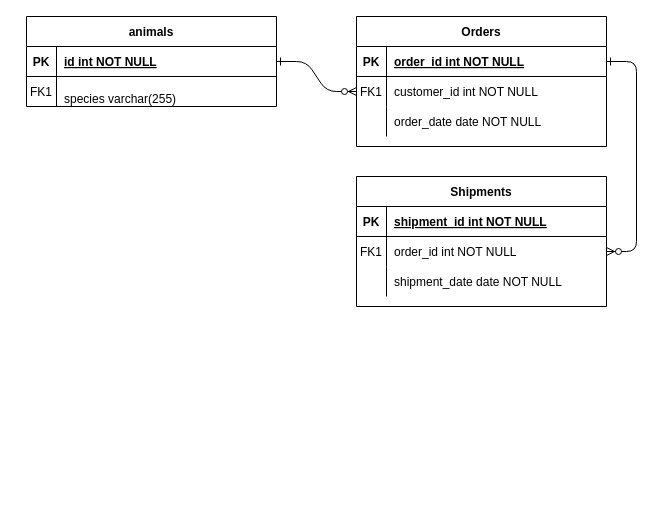
The draw.io diagram Untitled Diagram.drawio in mpa-mxiang/vet-clinic, before the edit. Source tidied: cells renumbered, new cells numbered last; positions are measured from the earlier drawing's top-left corner, leaving out a move shared by most shapes. Both pictures are drawn from the tidied source at 100%, with x=0, y=0 at pixel (26, 16).
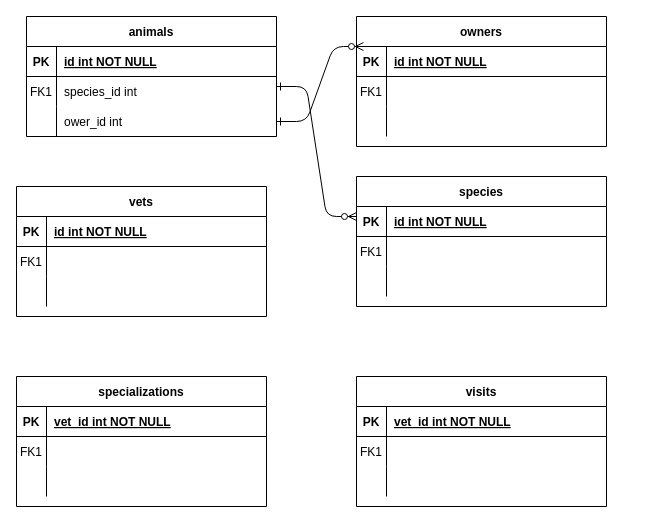
Above is the later version.

Commit message:
add species, vets, specializations, and visits tables

Unchanged cells that the change refers to:
```xml
<mxCell id="5" style="shape=partialRectangle;fillColor=none;points=[[0,0.5],[1,0.5]];portConstraint=eastwest;top=0;left=0;right=0;bottom=1;" parent="4" vertex="1">
  <mxGeometry y="30" width="250" height="30" as="geometry" />
</mxCell>
<mxCell id="8" style="shape=partialRectangle;fillColor=none;points=[[0,0.5],[1,0.5]];portConstraint=eastwest;top=0;left=0;right=0;bottom=0;" parent="4" vertex="1">
  <mxGeometry y="60" width="250" height="30" as="geometry" />
</mxCell>
<mxCell id="11" style="shape=partialRectangle;fillColor=none;top=0;left=0;right=0;bottom=0;" parent="4" vertex="1">
  <mxGeometry y="90" width="250" height="30" as="geometry" />
</mxCell>
<mxCell id="15" style="shape=partialRectangle;fillColor=none;top=0;left=0;right=0;bottom=1;" parent="14" vertex="1">
  <mxGeometry y="30" width="250" height="30" as="geometry" />
</mxCell>
<mxCell id="18" style="shape=partialRectangle;fillColor=none;points=[[0,0.5],[1,0.5]];portConstraint=eastwest;top=0;left=0;right=0;bottom=0;" parent="14" vertex="1">
  <mxGeometry y="60" width="250" height="30" as="geometry" />
</mxCell>
<mxCell id="21" style="shape=partialRectangle;fillColor=none;top=0;left=0;right=0;bottom=0;" parent="14" vertex="1">
  <mxGeometry y="90" width="250" height="30" as="geometry" />
</mxCell>
<mxCell id="25" style="shape=partialRectangle;fillColor=none;points=[[0,0.5],[1,0.5]];portConstraint=eastwest;top=0;left=0;right=0;bottom=1;" parent="24" vertex="1">
  <mxGeometry y="30" width="250" height="30" as="geometry" />
</mxCell>
<mxCell id="28" style="shape=partialRectangle;fillColor=none;top=0;left=0;right=0;bottom=0;" parent="24" vertex="1">
  <mxGeometry y="60" width="250" height="30" as="geometry" />
</mxCell>
```

Diff of the diagram source:
```diff
@@
-    <mxCell id="2" style="edgeStyle=entityRelationEdgeStyle;endArrow=ERzeroToMany;startArrow=ERone;endFill=1;startFill=0;" parent="1" edge="1" source="25" target="8">
-      <mxGeometry relative="1" as="geometry" />
-    </mxCell>
-    <mxCell id="3" style="edgeStyle=entityRelationEdgeStyle;endArrow=ERzeroToMany;startArrow=ERone;endFill=1;startFill=0;" parent="1" edge="1" source="5" target="18">
-      <mxGeometry relative="1" as="geometry" />
+    <mxCell id="3" style="edgeStyle=entityRelationEdgeStyle;endArrow=ERzeroToMany;startArrow=ERone;endFill=1;startFill=0;entryX=0;entryY=0.5;entryDx=0;entryDy=0;" parent="1" edge="1">
+      <mxGeometry relative="1" as="geometry">
+        <mxPoint x="250" y="70" as="sourcePoint" />
+        <mxPoint x="330" y="200" as="targetPoint" />
+        <Array as="points">
+          <mxPoint x="320" y="195" />
+          <mxPoint x="320" y="205" />
+          <mxPoint x="340" y="215" />
+        </Array>
+      </mxGeometry>
     </mxCell>
-    <mxCell id="4" value="Orders" style="shape=table;startSize=30;childLayout=tableLayout;rowLines=0;fontStyle=1;align=center;" parent="1" vertex="1">
+    <mxCell id="4" value="owners" style="shape=table;startSize=30;childLayout=tableLayout;rowLines=0;fontStyle=1;align=center;" parent="1" vertex="1">
       <mxGeometry x="330" width="250" height="130" as="geometry" />
     </mxCell>
@@
-    <mxCell id="7" value="order_id int NOT NULL " style="shape=partialRectangle;overflow=hidden;fillColor=none;top=0;left=0;bottom=0;right=0;align=left;spacingLeft=6;fontStyle=5;" parent="5" vertex="1">
+    <mxCell id="7" value="id int NOT NULL " style="shape=partialRectangle;overflow=hidden;fillColor=none;top=0;left=0;bottom=0;right=0;align=left;spacingLeft=6;fontStyle=5;" parent="5" vertex="1">
       <mxGeometry x="30" width="220" height="30" as="geometry" />
     </mxCell>
@@
-    <mxCell id="10" value="customer_id int NOT NULL" style="shape=partialRectangle;overflow=hidden;fillColor=none;top=0;left=0;bottom=0;right=0;align=left;spacingLeft=6;" parent="8" vertex="1">
+    <mxCell id="10" style="shape=partialRectangle;overflow=hidden;fillColor=none;top=0;left=0;bottom=0;right=0;align=left;spacingLeft=6;" parent="8" vertex="1">
       <mxGeometry x="30" width="220" height="30" as="geometry" />
     </mxCell>
@@
-    <mxCell id="13" value="order_date date NOT NULL" style="shape=partialRectangle;overflow=hidden;fillColor=none;top=0;left=0;bottom=0;right=0;align=left;spacingLeft=6;" parent="11" vertex="1">
+    <mxCell id="13" style="shape=partialRectangle;overflow=hidden;fillColor=none;top=0;left=0;bottom=0;right=0;align=left;spacingLeft=6;" parent="11" vertex="1">
       <mxGeometry x="30" width="220" height="30" as="geometry" />
     </mxCell>
-    <mxCell id="14" value="Shipments" style="shape=table;startSize=30;childLayout=tableLayout;rowLines=0;fontStyle=1;align=center;" parent="1" vertex="1">
+    <mxCell id="14" value="species" style="shape=table;startSize=30;childLayout=tableLayout;rowLines=0;fontStyle=1;align=center;" parent="1" vertex="1">
       <mxGeometry x="330" y="160" width="250" height="130" as="geometry" />
     </mxCell>
@@
-    <mxCell id="17" value="shipment_id int NOT NULL " style="shape=partialRectangle;overflow=hidden;fillColor=none;top=0;left=0;bottom=0;right=0;align=left;spacingLeft=6;fontStyle=5;" parent="15" vertex="1">
+    <mxCell id="17" value="id int NOT NULL " style="shape=partialRectangle;overflow=hidden;fillColor=none;top=0;left=0;bottom=0;right=0;align=left;spacingLeft=6;fontStyle=5;" parent="15" vertex="1">
       <mxGeometry x="30" width="220" height="30" as="geometry" />
     </mxCell>
@@
-    <mxCell id="20" value="order_id int NOT NULL" style="shape=partialRectangle;overflow=hidden;fillColor=none;top=0;left=0;bottom=0;right=0;align=left;spacingLeft=6;" parent="18" vertex="1">
+    <mxCell id="20" style="shape=partialRectangle;overflow=hidden;fillColor=none;top=0;left=0;bottom=0;right=0;align=left;spacingLeft=6;" parent="18" vertex="1">
       <mxGeometry x="30" width="220" height="30" as="geometry" />
     </mxCell>
@@
-    <mxCell id="23" value="shipment_date date NOT NULL" style="shape=partialRectangle;overflow=hidden;fillColor=none;top=0;left=0;bottom=0;right=0;align=left;spacingLeft=6;" parent="21" vertex="1">
+    <mxCell id="23" style="shape=partialRectangle;overflow=hidden;fillColor=none;top=0;left=0;bottom=0;right=0;align=left;spacingLeft=6;" parent="21" vertex="1">
       <mxGeometry x="30" width="220" height="30" as="geometry" />
     </mxCell>
     <mxCell id="24" value="animals" style="shape=table;startSize=30;childLayout=tableLayout;rowLines=0;fontStyle=1;align=center;" parent="1" vertex="1">
-      <mxGeometry width="250" height="90" as="geometry" />
+      <mxGeometry width="250" height="120" as="geometry" />
     </mxCell>
@@
-    <mxCell id="30" value="&#10;species varchar(255)" style="shape=partialRectangle;overflow=hidden;fillColor=none;top=0;left=0;bottom=0;right=0;align=left;spacingLeft=6;" parent="28" vertex="1">
+    <mxCell id="30" value="species_id int" style="shape=partialRectangle;overflow=hidden;fillColor=none;top=0;left=0;bottom=0;right=0;align=left;spacingLeft=6;" parent="28" vertex="1">
       <mxGeometry x="30" width="220" height="30" as="geometry" />
     </mxCell>
+    <mxCell id="31" style="shape=partialRectangle;fillColor=none;points=[[0,0.5],[1,0.5]];portConstraint=eastwest;top=0;left=0;right=0;bottom=0;" parent="24" vertex="1">
+      <mxGeometry y="90" width="250" height="30" as="geometry" />
+    </mxCell>
+    <mxCell id="32" style="shape=partialRectangle;overflow=hidden;fillColor=none;top=0;left=0;bottom=0;right=0;" parent="31" vertex="1">
+      <mxGeometry width="30" height="30" as="geometry" />
+    </mxCell>
+    <mxCell id="33" value="ower_id int" style="shape=partialRectangle;overflow=hidden;fillColor=none;top=0;left=0;bottom=0;right=0;align=left;spacingLeft=6;" parent="31" vertex="1">
+      <mxGeometry x="30" width="220" height="30" as="geometry" />
+    </mxCell>
+    <mxCell id="34" style="edgeStyle=entityRelationEdgeStyle;endArrow=ERzeroToMany;startArrow=ERone;endFill=1;startFill=0;entryX=0.028;entryY=0;entryDx=0;entryDy=0;exitX=1;exitY=0.5;exitDx=0;exitDy=0;entryPerimeter=0;" parent="1" edge="1" source="31" target="5">
+      <mxGeometry relative="1" as="geometry">
+        <Array as="points">
+          <mxPoint x="330" y="210" />
+          <mxPoint x="330" y="220" />
+          <mxPoint x="330" y="50" />
+          <mxPoint x="330" y="90" />
+          <mxPoint x="330" y="100" />
+          <mxPoint x="350" y="230" />
+        </Array>
+      </mxGeometry>
+    </mxCell>
+    <mxCell id="35" value="vets" style="shape=table;startSize=30;childLayout=tableLayout;rowLines=0;fontStyle=1;align=center;" parent="1" vertex="1">
+      <mxGeometry x="-10" y="170" width="250" height="130" as="geometry" />
+    </mxCell>
+    <mxCell id="36" style="shape=partialRectangle;fillColor=none;top=0;left=0;right=0;bottom=1;" parent="35" vertex="1">
+      <mxGeometry y="30" width="250" height="30" as="geometry" />
+    </mxCell>
+    <mxCell id="37" value="PK" style="shape=partialRectangle;overflow=hidden;fillColor=none;top=0;left=0;bottom=0;right=0;fontStyle=1;" parent="36" vertex="1">
+      <mxGeometry width="30" height="30" as="geometry" />
+    </mxCell>
+    <mxCell id="38" value="id int NOT NULL " style="shape=partialRectangle;overflow=hidden;fillColor=none;top=0;left=0;bottom=0;right=0;align=left;spacingLeft=6;fontStyle=5;" parent="36" vertex="1">
+      <mxGeometry x="30" width="220" height="30" as="geometry" />
+    </mxCell>
+    <mxCell id="39" style="shape=partialRectangle;fillColor=none;top=0;left=0;right=0;bottom=0;" parent="35" vertex="1">
+      <mxGeometry y="60" width="250" height="30" as="geometry" />
+    </mxCell>
+    <mxCell id="40" value="FK1" style="shape=partialRectangle;overflow=hidden;fillColor=none;top=0;left=0;bottom=0;right=0;" parent="39" vertex="1">
+      <mxGeometry width="30" height="30" as="geometry" />
+    </mxCell>
+    <mxCell id="41" style="shape=partialRectangle;overflow=hidden;fillColor=none;top=0;left=0;bottom=0;right=0;align=left;spacingLeft=6;" parent="39" vertex="1">
+      <mxGeometry x="30" width="220" height="30" as="geometry" />
+    </mxCell>
+    <mxCell id="42" style="shape=partialRectangle;fillColor=none;top=0;left=0;right=0;bottom=0;" parent="35" vertex="1">
+      <mxGeometry y="90" width="250" height="30" as="geometry" />
+    </mxCell>
+    <mxCell id="43" style="shape=partialRectangle;overflow=hidden;fillColor=none;top=0;left=0;bottom=0;right=0;" parent="42" vertex="1">
+      <mxGeometry width="30" height="30" as="geometry" />
+    </mxCell>
+    <mxCell id="44" style="shape=partialRectangle;overflow=hidden;fillColor=none;top=0;left=0;bottom=0;right=0;align=left;spacingLeft=6;" parent="42" vertex="1">
+      <mxGeometry x="30" width="220" height="30" as="geometry" />
+    </mxCell>
+    <mxCell id="45" value="specializations" style="shape=table;startSize=30;childLayout=tableLayout;rowLines=0;fontStyle=1;align=center;" parent="1" vertex="1">
+      <mxGeometry x="-10" y="360" width="250" height="130" as="geometry" />
+    </mxCell>
+    <mxCell id="46" style="shape=partialRectangle;fillColor=none;top=0;left=0;right=0;bottom=1;" parent="45" vertex="1">
+      <mxGeometry y="30" width="250" height="30" as="geometry" />
+    </mxCell>
+    <mxCell id="47" value="PK" style="shape=partialRectangle;overflow=hidden;fillColor=none;top=0;left=0;bottom=0;right=0;fontStyle=1;" parent="46" vertex="1">
+      <mxGeometry width="30" height="30" as="geometry" />
+    </mxCell>
+    <mxCell id="48" value="vet_id int NOT NULL " style="shape=partialRectangle;overflow=hidden;fillColor=none;top=0;left=0;bottom=0;right=0;align=left;spacingLeft=6;fontStyle=5;" parent="46" vertex="1">
+      <mxGeometry x="30" width="220" height="30" as="geometry" />
+    </mxCell>
+    <mxCell id="49" style="shape=partialRectangle;fillColor=none;top=0;left=0;right=0;bottom=0;" parent="45" vertex="1">
+      <mxGeometry y="60" width="250" height="30" as="geometry" />
+    </mxCell>
+    <mxCell id="50" value="FK1" style="shape=partialRectangle;overflow=hidden;fillColor=none;top=0;left=0;bottom=0;right=0;" parent="49" vertex="1">
+      <mxGeometry width="30" height="30" as="geometry" />
+    </mxCell>
+    <mxCell id="51" style="shape=partialRectangle;overflow=hidden;fillColor=none;top=0;left=0;bottom=0;right=0;align=left;spacingLeft=6;" parent="49" vertex="1">
+      <mxGeometry x="30" width="220" height="30" as="geometry" />
+    </mxCell>
+    <mxCell id="52" style="shape=partialRectangle;fillColor=none;top=0;left=0;right=0;bottom=0;" parent="45" vertex="1">
+      <mxGeometry y="90" width="250" height="30" as="geometry" />
+    </mxCell>
+    <mxCell id="53" style="shape=partialRectangle;overflow=hidden;fillColor=none;top=0;left=0;bottom=0;right=0;" parent="52" vertex="1">
+      <mxGeometry width="30" height="30" as="geometry" />
+    </mxCell>
+    <mxCell id="54" style="shape=partialRectangle;overflow=hidden;fillColor=none;top=0;left=0;bottom=0;right=0;align=left;spacingLeft=6;" parent="52" vertex="1">
+      <mxGeometry x="30" width="220" height="30" as="geometry" />
+    </mxCell>
+    <mxCell id="55" value="visits" style="shape=table;startSize=30;childLayout=tableLayout;rowLines=0;fontStyle=1;align=center;" parent="1" vertex="1">
+      <mxGeometry x="330" y="360" width="250" height="130" as="geometry" />
+    </mxCell>
+    <mxCell id="56" style="shape=partialRectangle;fillColor=none;top=0;left=0;right=0;bottom=1;" parent="55" vertex="1">
+      <mxGeometry y="30" width="250" height="30" as="geometry" />
+    </mxCell>
+    <mxCell id="57" value="PK" style="shape=partialRectangle;overflow=hidden;fillColor=none;top=0;left=0;bottom=0;right=0;fontStyle=1;" parent="56" vertex="1">
+      <mxGeometry width="30" height="30" as="geometry" />
+    </mxCell>
+    <mxCell id="58" value="vet_id int NOT NULL " style="shape=partialRectangle;overflow=hidden;fillColor=none;top=0;left=0;bottom=0;right=0;align=left;spacingLeft=6;fontStyle=5;" parent="56" vertex="1">
+      <mxGeometry x="30" width="220" height="30" as="geometry" />
+    </mxCell>
+    <mxCell id="59" style="shape=partialRectangle;fillColor=none;top=0;left=0;right=0;bottom=0;" parent="55" vertex="1">
+      <mxGeometry y="60" width="250" height="30" as="geometry" />
+    </mxCell>
+    <mxCell id="60" value="FK1" style="shape=partialRectangle;overflow=hidden;fillColor=none;top=0;left=0;bottom=0;right=0;" parent="59" vertex="1">
+      <mxGeometry width="30" height="30" as="geometry" />
+    </mxCell>
+    <mxCell id="61" style="shape=partialRectangle;overflow=hidden;fillColor=none;top=0;left=0;bottom=0;right=0;align=left;spacingLeft=6;" parent="59" vertex="1">
+      <mxGeometry x="30" width="220" height="30" as="geometry" />
+    </mxCell>
+    <mxCell id="62" style="shape=partialRectangle;fillColor=none;top=0;left=0;right=0;bottom=0;" parent="55" vertex="1">
+      <mxGeometry y="90" width="250" height="30" as="geometry" />
+    </mxCell>
+    <mxCell id="63" style="shape=partialRectangle;overflow=hidden;fillColor=none;top=0;left=0;bottom=0;right=0;" parent="62" vertex="1">
+      <mxGeometry width="30" height="30" as="geometry" />
+    </mxCell>
+    <mxCell id="64" style="shape=partialRectangle;overflow=hidden;fillColor=none;top=0;left=0;bottom=0;right=0;align=left;spacingLeft=6;" parent="62" vertex="1">
+      <mxGeometry x="30" width="220" height="30" as="geometry" />
+    </mxCell>
```
